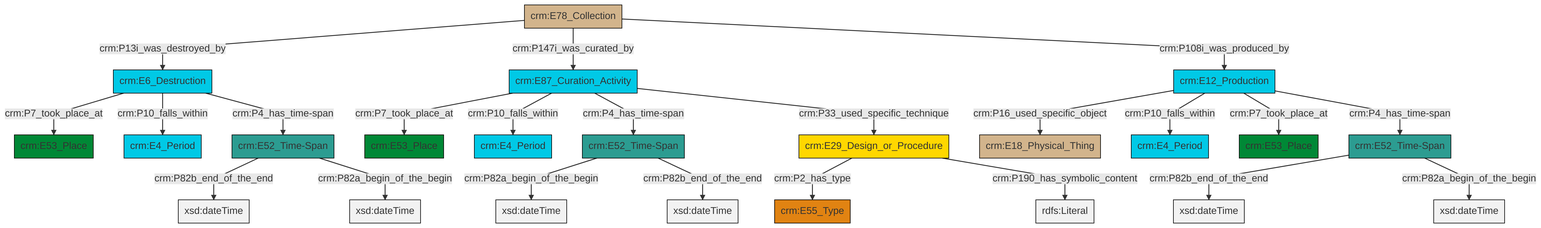
swiss-art-research-net/docs.swissartresearch keeps this Mermaid diagram as et/archivalCSV/ttl/mmd/png/archival_existence.png. Above is the earlier version. Its source is kept beside it as et/archivalCSV/ttl/mmd/archival_existence.ttl.mmd.
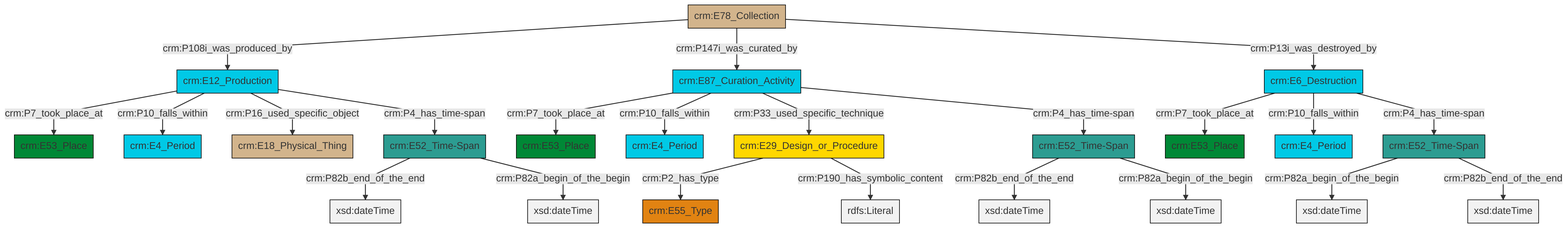
Above is the later version.

Diff of the diagram source:
```diff
@@ -13,25 +13,25 @@
 classDef PC_Classes fill:#4ce600, stroke:#000000;
 classDef Multi fill:#cccccc,stroke:#000000;
 
-2["crm:E12_Production"]:::Temporal_Entity -->|crm:P16_used_specific_object| 3["crm:E18_Physical_Thing"]:::Physical_Thing
-6["crm:E87_Curation_Activity"]:::Temporal_Entity -->|crm:P7_took_place_at| 7["crm:E53_Place"]:::Place
-8["crm:E6_Destruction"]:::Temporal_Entity -->|crm:P7_took_place_at| 9["crm:E53_Place"]:::Place
-10["crm:E52_Time-Span"]:::Time-Span -->|crm:P82b_end_of_the_end| 11[xsd:dateTime]:::Literal
-6["crm:E87_Curation_Activity"]:::Temporal_Entity -->|crm:P10_falls_within| 12["crm:E4_Period"]:::Temporal_Entity
-13["crm:E52_Time-Span"]:::Time-Span -->|crm:P82b_end_of_the_end| 14[xsd:dateTime]:::Literal
-10["crm:E52_Time-Span"]:::Time-Span -->|crm:P82a_begin_of_the_begin| 15[xsd:dateTime]:::Literal
-16["crm:E52_Time-Span"]:::Time-Span -->|crm:P82a_begin_of_the_begin| 17[xsd:dateTime]:::Literal
-4["crm:E78_Collection"]:::Physical_Thing -->|crm:P13i_was_destroyed_by| 8["crm:E6_Destruction"]:::Temporal_Entity
-2["crm:E12_Production"]:::Temporal_Entity -->|crm:P10_falls_within| 18["crm:E4_Period"]:::Temporal_Entity
-16["crm:E52_Time-Span"]:::Time-Span -->|crm:P82b_end_of_the_end| 21[xsd:dateTime]:::Literal
-22["crm:E29_Design_or_Procedure"]:::Conceptual_Object -->|crm:P2_has_type| 24["crm:E55_Type"]:::Type
-4["crm:E78_Collection"]:::Physical_Thing -->|crm:P147i_was_curated_by| 6["crm:E87_Curation_Activity"]:::Temporal_Entity
-6["crm:E87_Curation_Activity"]:::Temporal_Entity -->|crm:P4_has_time-span| 16["crm:E52_Time-Span"]:::Time-Span
-2["crm:E12_Production"]:::Temporal_Entity -->|crm:P7_took_place_at| 0["crm:E53_Place"]:::Place
-8["crm:E6_Destruction"]:::Temporal_Entity -->|crm:P10_falls_within| 27["crm:E4_Period"]:::Temporal_Entity
-8["crm:E6_Destruction"]:::Temporal_Entity -->|crm:P4_has_time-span| 10["crm:E52_Time-Span"]:::Time-Span
-4["crm:E78_Collection"]:::Physical_Thing -->|crm:P108i_was_produced_by| 2["crm:E12_Production"]:::Temporal_Entity
-2["crm:E12_Production"]:::Temporal_Entity -->|crm:P4_has_time-span| 13["crm:E52_Time-Span"]:::Time-Span
-13["crm:E52_Time-Span"]:::Time-Span -->|crm:P82a_begin_of_the_begin| 32[xsd:dateTime]:::Literal
-6["crm:E87_Curation_Activity"]:::Temporal_Entity -->|crm:P33_used_specific_technique| 22["crm:E29_Design_or_Procedure"]:::Conceptual_Object
-22["crm:E29_Design_or_Procedure"]:::Conceptual_Object -->|crm:P190_has_symbolic_content| 37[rdfs:Literal]:::Literal
+6["crm:E78_Collection"]:::Physical_Thing -->|crm:P108i_was_produced_by| 4["crm:E12_Production"]:::Temporal_Entity
+7["crm:E29_Design_or_Procedure"]:::Conceptual_Object -->|crm:P2_has_type| 8["crm:E55_Type"]:::Type
+6["crm:E78_Collection"]:::Physical_Thing -->|crm:P147i_was_curated_by| 9["crm:E87_Curation_Activity"]:::Temporal_Entity
+7["crm:E29_Design_or_Procedure"]:::Conceptual_Object -->|crm:P190_has_symbolic_content| 10[rdfs:Literal]:::Literal
+11["crm:E52_Time-Span"]:::Time-Span -->|crm:P82b_end_of_the_end| 12[xsd:dateTime]:::Literal
+15["crm:E52_Time-Span"]:::Time-Span -->|crm:P82a_begin_of_the_begin| 16[xsd:dateTime]:::Literal
+19["crm:E6_Destruction"]:::Temporal_Entity -->|crm:P7_took_place_at| 20["crm:E53_Place"]:::Place
+4["crm:E12_Production"]:::Temporal_Entity -->|crm:P7_took_place_at| 2["crm:E53_Place"]:::Place
+9["crm:E87_Curation_Activity"]:::Temporal_Entity -->|crm:P7_took_place_at| 17["crm:E53_Place"]:::Place
+19["crm:E6_Destruction"]:::Temporal_Entity -->|crm:P10_falls_within| 21["crm:E4_Period"]:::Temporal_Entity
+4["crm:E12_Production"]:::Temporal_Entity -->|crm:P10_falls_within| 13["crm:E4_Period"]:::Temporal_Entity
+19["crm:E6_Destruction"]:::Temporal_Entity -->|crm:P4_has_time-span| 15["crm:E52_Time-Span"]:::Time-Span
+11["crm:E52_Time-Span"]:::Time-Span -->|crm:P82a_begin_of_the_begin| 26[xsd:dateTime]:::Literal
+4["crm:E12_Production"]:::Temporal_Entity -->|crm:P16_used_specific_object| 22["crm:E18_Physical_Thing"]:::Physical_Thing
+9["crm:E87_Curation_Activity"]:::Temporal_Entity -->|crm:P10_falls_within| 28["crm:E4_Period"]:::Temporal_Entity
+15["crm:E52_Time-Span"]:::Time-Span -->|crm:P82b_end_of_the_end| 29[xsd:dateTime]:::Literal
+6["crm:E78_Collection"]:::Physical_Thing -->|crm:P13i_was_destroyed_by| 19["crm:E6_Destruction"]:::Temporal_Entity
+0["crm:E52_Time-Span"]:::Time-Span -->|crm:P82b_end_of_the_end| 32[xsd:dateTime]:::Literal
+9["crm:E87_Curation_Activity"]:::Temporal_Entity -->|crm:P33_used_specific_technique| 7["crm:E29_Design_or_Procedure"]:::Conceptual_Object
+0["crm:E52_Time-Span"]:::Time-Span -->|crm:P82a_begin_of_the_begin| 33[xsd:dateTime]:::Literal
+9["crm:E87_Curation_Activity"]:::Temporal_Entity -->|crm:P4_has_time-span| 0["crm:E52_Time-Span"]:::Time-Span
+4["crm:E12_Production"]:::Temporal_Entity -->|crm:P4_has_time-span| 11["crm:E52_Time-Span"]:::Time-Span
```
